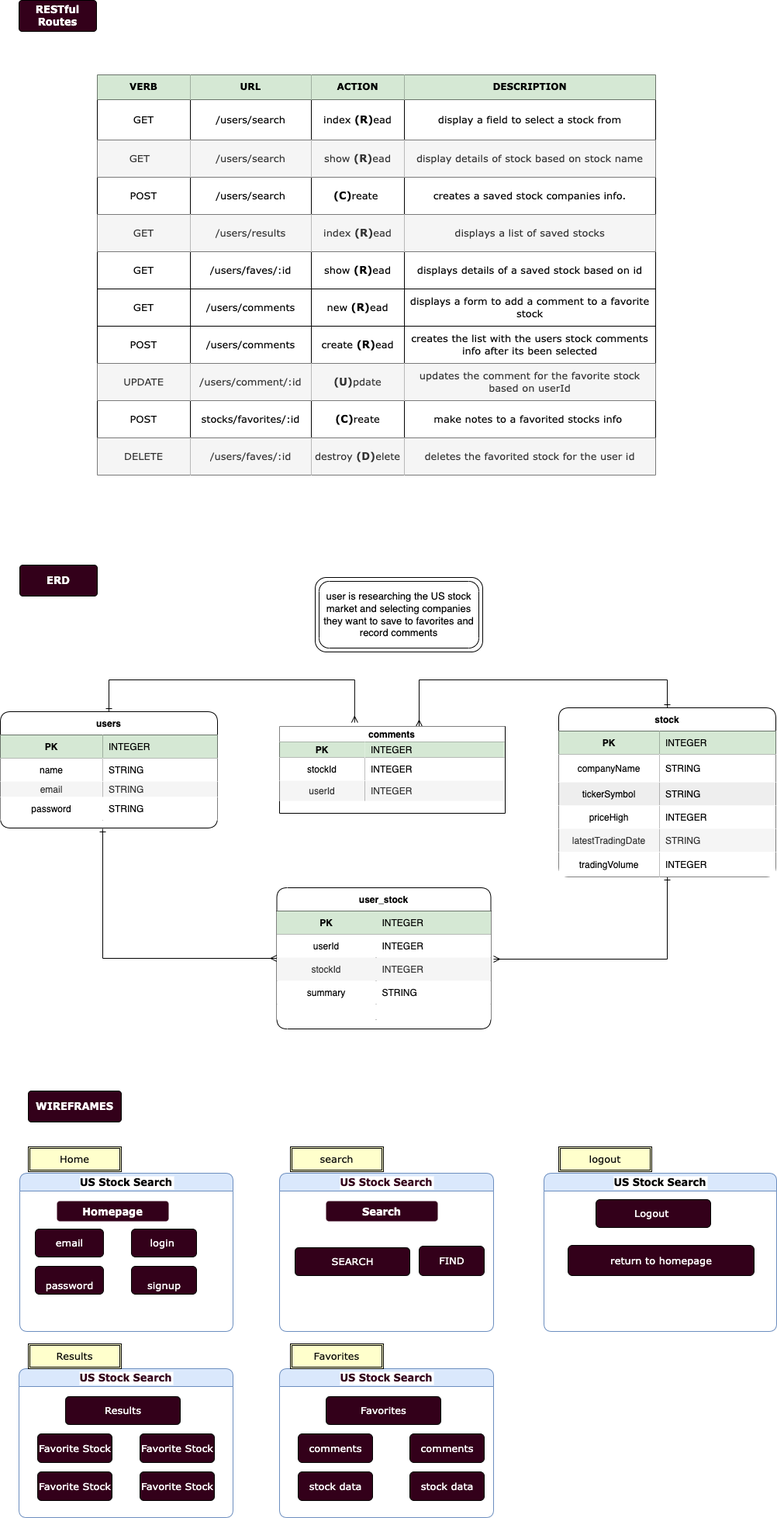
The draw.io diagram ERD.drawio.png in Professorsurf/Project-2, before a commit. Source tidied: cells renumbered, new cells last; positions are measured from the earlier drawing's top-left corner, leaving out a move shared by most shapes.
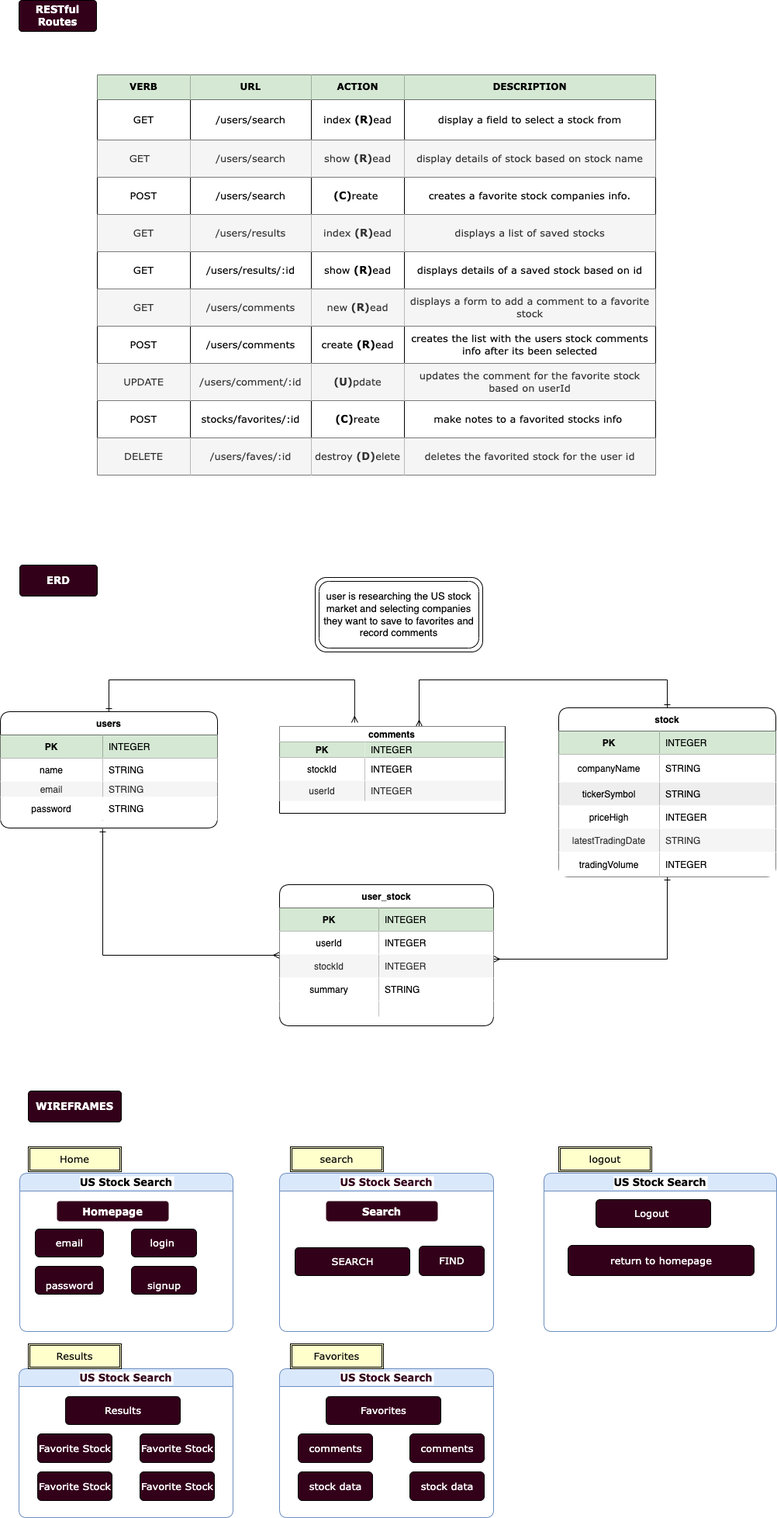
After the change.

The edit, as a diff of the source:
```diff
@@ -120,7 +120,7 @@
       </mxGeometry>
     </mxCell>
     <mxCell id="37" value="user_stock" style="shape=table;startSize=30;rowLines=0;fontStyle=1;align=center;rounded=1;swimlaneLine=1;" parent="1" vertex="1">
-      <mxGeometry x="356.5" y="1144" width="276" height="182" as="geometry" />
+      <mxGeometry x="360" y="1140" width="276" height="182" as="geometry" />
     </mxCell>
     <mxCell id="38" style="shape=tableRow;horizontal=0;startSize=0;swimlaneHead=0;swimlaneBody=0;fillColor=none;top=0;left=0;right=0;bottom=1;rounded=0;" parent="37" vertex="1">
       <mxGeometry y="30" width="276" height="30" as="geometry" />
@@ -230,7 +230,7 @@
     <mxCell id="73" value="&lt;b&gt;(C)&lt;/b&gt;reate&amp;nbsp;" style="shape=partialRectangle;html=1;whiteSpace=wrap;fillColor=none;top=0;left=0;bottom=0;right=0;overflow=hidden;rounded=1;shadow=0;fontFamily=Verdana;fontSize=13;" parent="70" vertex="1">
       <mxGeometry x="276" width="120" height="48" as="geometry" />
     </mxCell>
-    <mxCell id="74" value="creates a saved stock companies info." style="shape=partialRectangle;html=1;whiteSpace=wrap;fillColor=none;top=0;left=0;bottom=0;right=0;overflow=hidden;rounded=1;shadow=0;fontFamily=Verdana;fontSize=13;" parent="70" vertex="1">
+    <mxCell id="74" value="creates a favorite stock companies info." style="shape=partialRectangle;html=1;whiteSpace=wrap;fillColor=none;top=0;left=0;bottom=0;right=0;overflow=hidden;rounded=1;shadow=0;fontFamily=Verdana;fontSize=13;" parent="70" vertex="1">
       <mxGeometry x="396" width="324" height="48" as="geometry" />
     </mxCell>
     <mxCell id="75" style="shape=tableRow;horizontal=0;startSize=0;swimlaneHead=0;swimlaneBody=0;top=0;left=0;bottom=0;right=0;fillColor=none;rounded=1;shadow=0;" parent="54" vertex="1">
@@ -254,7 +254,7 @@
     <mxCell id="81" value="GET" style="shape=partialRectangle;html=1;whiteSpace=wrap;fillColor=none;top=0;left=0;bottom=0;right=0;overflow=hidden;rounded=1;shadow=0;fontFamily=Verdana;fontSize=13;" parent="80" vertex="1">
       <mxGeometry width="120" height="48" as="geometry" />
     </mxCell>
-    <mxCell id="82" value="/users/faves/:id" style="shape=partialRectangle;html=1;whiteSpace=wrap;fillColor=none;top=0;left=0;bottom=0;right=0;overflow=hidden;rounded=1;shadow=0;fontFamily=Verdana;fontSize=13;" parent="80" vertex="1">
+    <mxCell id="82" value="/users/results/:id" style="shape=partialRectangle;html=1;whiteSpace=wrap;fillColor=none;top=0;left=0;bottom=0;right=0;overflow=hidden;rounded=1;shadow=0;fontFamily=Verdana;fontSize=13;" parent="80" vertex="1">
       <mxGeometry x="120" width="156" height="48" as="geometry" />
     </mxCell>
     <mxCell id="83" value="show &lt;b&gt;(R)&lt;/b&gt;ead" style="shape=partialRectangle;html=1;whiteSpace=wrap;fillColor=none;top=0;left=0;bottom=0;right=0;overflow=hidden;rounded=1;shadow=0;fontFamily=Verdana;fontSize=13;" parent="80" vertex="1">
@@ -266,16 +266,16 @@
     <mxCell id="85" style="shape=tableRow;horizontal=0;startSize=0;swimlaneHead=0;swimlaneBody=0;top=0;left=0;bottom=0;right=0;fillColor=none;rounded=1;shadow=0;" parent="54" vertex="1">
       <mxGeometry y="276" width="720" height="48" as="geometry" />
     </mxCell>
-    <mxCell id="86" value="GET" style="shape=partialRectangle;html=1;whiteSpace=wrap;fillColor=none;top=0;left=0;bottom=0;right=0;overflow=hidden;rounded=1;shadow=0;fontFamily=Verdana;fontSize=13;" parent="85" vertex="1">
+    <mxCell id="86" value="GET" style="shape=partialRectangle;html=1;whiteSpace=wrap;fillColor=#f5f5f5;top=0;left=0;bottom=0;right=0;overflow=hidden;rounded=1;shadow=0;fontFamily=Verdana;fontSize=13;fontColor=#333333;strokeColor=#666666;" parent="85" vertex="1">
       <mxGeometry width="120" height="48" as="geometry" />
     </mxCell>
-    <mxCell id="87" value="/users/comments" style="shape=partialRectangle;html=1;whiteSpace=wrap;fillColor=none;top=0;left=0;bottom=0;right=0;overflow=hidden;rounded=1;shadow=0;fontFamily=Verdana;fontSize=13;" parent="85" vertex="1">
+    <mxCell id="87" value="/users/comments" style="shape=partialRectangle;html=1;whiteSpace=wrap;fillColor=#f5f5f5;top=0;left=0;bottom=0;right=0;overflow=hidden;rounded=1;shadow=0;fontFamily=Verdana;fontSize=13;fontColor=#333333;strokeColor=#666666;" parent="85" vertex="1">
       <mxGeometry x="120" width="156" height="48" as="geometry" />
     </mxCell>
-    <mxCell id="88" value="new&amp;nbsp;&lt;b&gt;(R)&lt;/b&gt;ead" style="shape=partialRectangle;html=1;whiteSpace=wrap;fillColor=none;top=0;left=0;bottom=0;right=0;overflow=hidden;rounded=1;shadow=0;fontFamily=Verdana;fontSize=13;" parent="85" vertex="1">
+    <mxCell id="88" value="new&amp;nbsp;&lt;b&gt;(R)&lt;/b&gt;ead" style="shape=partialRectangle;html=1;whiteSpace=wrap;fillColor=#f5f5f5;top=0;left=0;bottom=0;right=0;overflow=hidden;rounded=1;shadow=0;fontFamily=Verdana;fontSize=13;fontColor=#333333;strokeColor=#666666;" parent="85" vertex="1">
       <mxGeometry x="276" width="120" height="48" as="geometry" />
     </mxCell>
-    <mxCell id="89" value="displays a form to add a comment to a favorite stock" style="shape=partialRectangle;html=1;whiteSpace=wrap;fillColor=none;top=0;left=0;bottom=0;right=0;overflow=hidden;rounded=1;shadow=0;fontFamily=Verdana;fontSize=13;" parent="85" vertex="1">
+    <mxCell id="89" value="displays a form to add a comment to a favorite stock" style="shape=partialRectangle;html=1;whiteSpace=wrap;fillColor=#f5f5f5;top=0;left=0;bottom=0;right=0;overflow=hidden;rounded=1;shadow=0;fontFamily=Verdana;fontSize=13;fontColor=#333333;strokeColor=#666666;" parent="85" vertex="1">
       <mxGeometry x="396" width="324" height="48" as="geometry" />
     </mxCell>
     <mxCell id="90" style="shape=tableRow;horizontal=0;startSize=0;swimlaneHead=0;swimlaneBody=0;top=0;left=0;bottom=0;right=0;fillColor=none;rounded=1;shadow=0;" parent="54" vertex="1">
```
